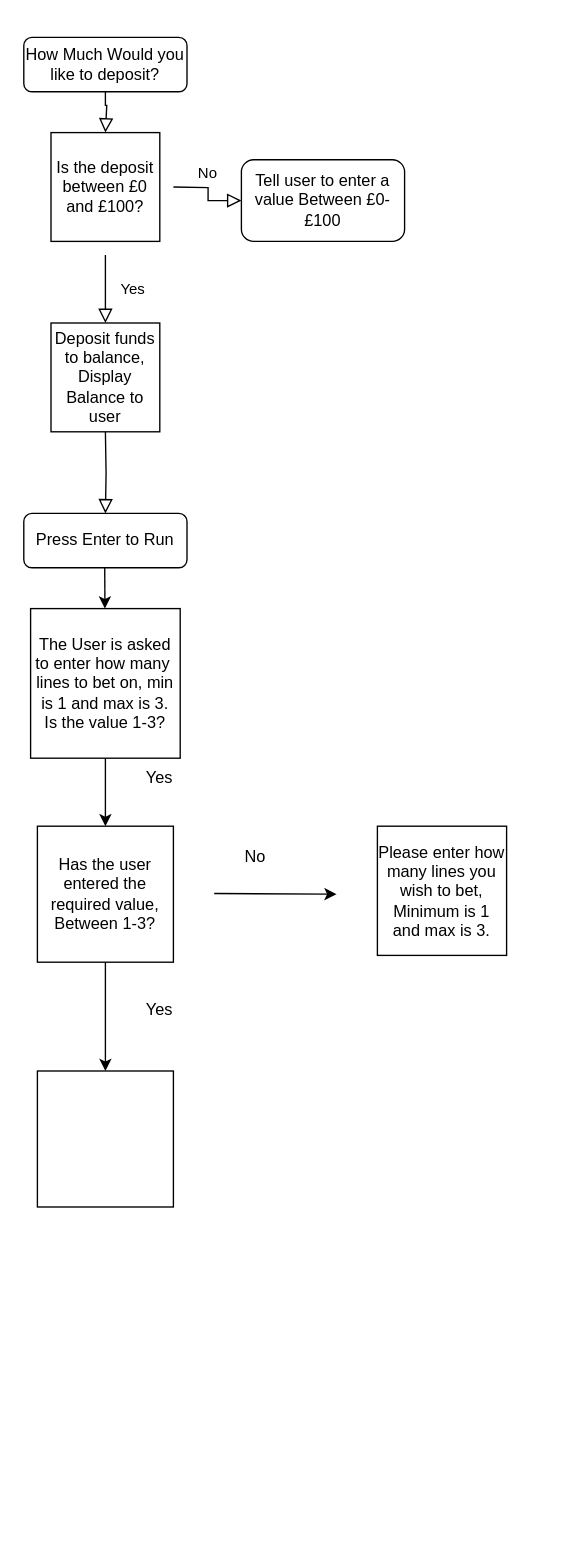
KERRHAM/practice_game keeps this draw.io diagram as Untitled Diagram.drawio. Above is the earlier version. Source tidied: cells renumbered, new cells numbered last; positions are measured from the earlier drawing's top-left corner, leaving out a move shared by most shapes. Both pictures are drawn from the tidied source at 136%, with x=0, y=0 at pixel (23, 37).
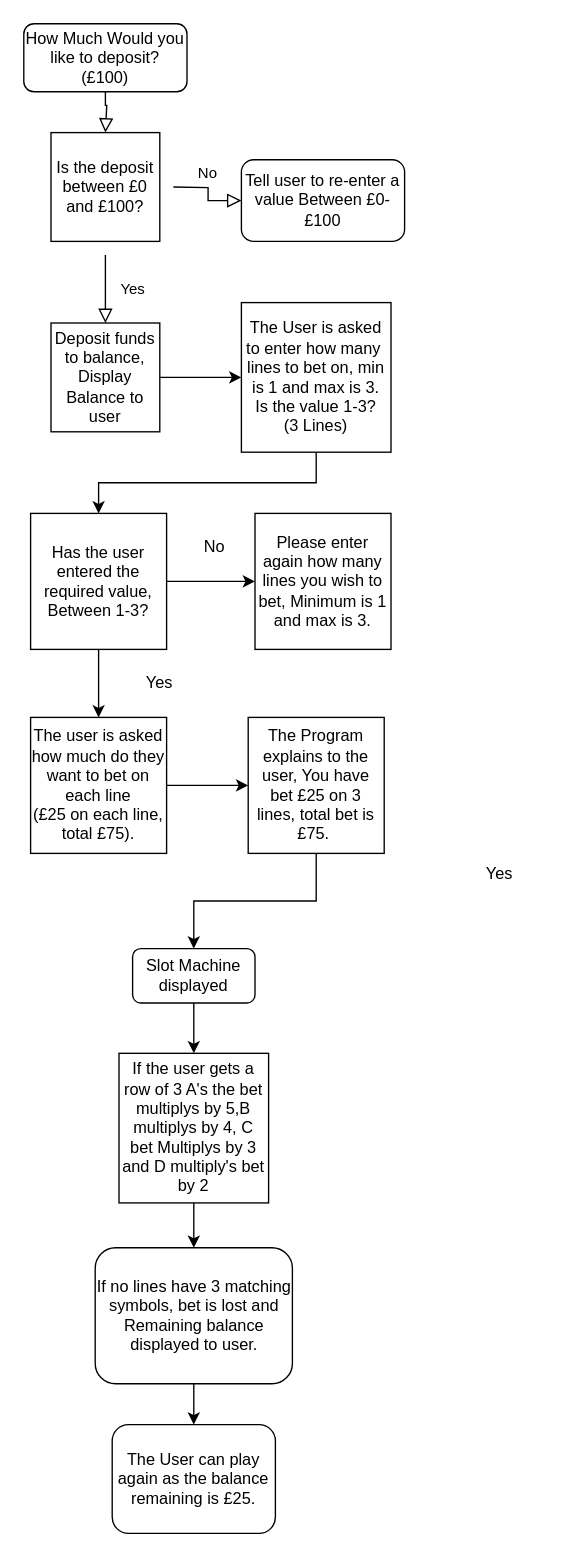
After the change.

Unchanged cells that the change refers to:
```xml
<mxCell id="10" value="Deposit funds to balance,&lt;div&gt;Display Balance to user&lt;/div&gt;" style="whiteSpace=wrap;html=1;" parent="1" vertex="1">
  <mxGeometry x="20" y="210" width="80" height="80" as="geometry" />
</mxCell>
```

Change to the diagram source:
```diff
@@
-    <mxCell id="3" value="How Much Would you like to deposit?" style="rounded=1;whiteSpace=wrap;html=1;fontSize=12;glass=0;strokeWidth=1;shadow=0;" parent="1" vertex="1">
-      <mxGeometry width="120" height="40" as="geometry" />
+    <mxCell id="3" value="How Much Would you like to deposit?&lt;div&gt;(£100)&lt;/div&gt;" style="rounded=1;whiteSpace=wrap;html=1;fontSize=12;glass=0;strokeWidth=1;shadow=0;" parent="1" vertex="1">
+      <mxGeometry y="-10" width="120" height="50" as="geometry" />
     </mxCell>
@@
-    <mxCell id="6" value="Tell user to enter a value Between £0-£100" style="rounded=1;whiteSpace=wrap;html=1;fontSize=12;glass=0;strokeWidth=1;shadow=0;" parent="1" vertex="1">
+    <mxCell id="6" value="Tell user to re-enter a value Between £0-£100" style="rounded=1;whiteSpace=wrap;html=1;fontSize=12;glass=0;strokeWidth=1;shadow=0;" parent="1" vertex="1">
       <mxGeometry x="160" y="90" width="120" height="60" as="geometry" />
     </mxCell>
-    <mxCell id="7" style="rounded=0;html=1;jettySize=auto;fontSize=11;endArrow=block;endFill=0;endSize=8;strokeWidth=1;shadow=0;labelBackgroundColor=none;edgeStyle=orthogonalEdgeStyle;" parent="1" edge="1" target="8">
-      <mxGeometry x="0.33" y="20" relative="1" as="geometry">
-        <mxPoint x="60" y="290" as="sourcePoint" />
-      </mxGeometry>
-    </mxCell>
-    <mxCell id="8" value="Press Enter to Run" style="rounded=1;whiteSpace=wrap;html=1;fontSize=12;glass=0;strokeWidth=1;shadow=0;" parent="1" vertex="1">
-      <mxGeometry y="350" width="120" height="40" as="geometry" />
-    </mxCell>
@@
+    <mxCell id="23" style="edgeStyle=orthogonalEdgeStyle;rounded=0;jettySize=auto;html=1;" parent="1" edge="1" source="10" target="14">
+      <mxGeometry relative="1" as="geometry" />
+    </mxCell>
@@
-    <mxCell id="11" style="endArrow=classic;html=1;rounded=0;" parent="1" edge="1" source="14">
-      <mxGeometry relative="1" as="geometry">
-        <mxPoint x="59.5" y="440" as="targetPoint" />
-      </mxGeometry>
-    </mxCell>
-    <mxCell id="12" style="endArrow=classic;html=1;rounded=0;" parent="1" edge="1" target="14">
-      <mxGeometry relative="1" as="geometry">
-        <mxPoint x="59.5" y="390" as="sourcePoint" />
-      </mxGeometry>
-    </mxCell>
@@
-    <mxCell id="14" value="The User is asked to enter how many&amp;nbsp; lines to bet on, min is 1 and max is 3.&lt;div&gt;Is the value 1-3?&lt;/div&gt;" style="whiteSpace=wrap;html=1;" parent="1" vertex="1">
-      <mxGeometry x="5" y="420" width="110" height="110" as="geometry" />
+    <mxCell id="14" value="The User is asked to enter how many&amp;nbsp; lines to bet on, min is 1 and max is 3.&lt;div&gt;Is the value 1-3?&lt;/div&gt;&lt;div&gt;(3 Lines)&lt;/div&gt;" style="whiteSpace=wrap;html=1;" parent="1" vertex="1">
+      <mxGeometry x="160" y="195" width="110" height="110" as="geometry" />
     </mxCell>
     <mxCell id="15" value="Yes" style="text;html=1;align=center;verticalAlign=middle;whiteSpace=wrap;rounded=0;" parent="1" vertex="1">
-      <mxGeometry x="70" y="530" width="60" height="30" as="geometry" />
+      <mxGeometry x="70" y="460" width="60" height="30" as="geometry" />
     </mxCell>
-    <mxCell id="16" value="Please enter how many lines you wish to bet, Minimum is 1 and max is 3." style="whiteSpace=wrap;html=1;" parent="1" vertex="1">
-      <mxGeometry x="260" y="580" width="95" height="95" as="geometry" />
+    <mxCell id="16" value="Please enter again how many lines you wish to bet, Minimum is 1 and max is 3." style="whiteSpace=wrap;html=1;" parent="1" vertex="1">
+      <mxGeometry x="170" y="350" width="100" height="100" as="geometry" />
     </mxCell>
+    <mxCell id="24" style="edgeStyle=orthogonalEdgeStyle;rounded=0;jettySize=auto;html=1;" parent="1" edge="1" source="18" target="16">
+      <mxGeometry relative="1" as="geometry" />
+    </mxCell>
@@
     <mxCell id="18" value="Has the user entered the required value, Between 1-3?" style="whiteSpace=wrap;html=1;" parent="1" vertex="1">
-      <mxGeometry x="10" y="580" width="100" height="100" as="geometry" />
+      <mxGeometry x="5" y="350" width="100" height="100" as="geometry" />
     </mxCell>
-    <mxCell id="19" style="endArrow=classic;html=1;rounded=0;" parent="1" edge="1">
-      <mxGeometry relative="1" as="geometry">
-        <mxPoint x="140" y="629.5" as="sourcePoint" />
-        <mxPoint x="230" y="630" as="targetPoint" />
-      </mxGeometry>
-    </mxCell>
+    <mxCell id="25" style="edgeStyle=orthogonalEdgeStyle;rounded=0;jettySize=auto;html=1;" parent="1" edge="1" source="20" target="28">
+      <mxGeometry relative="1" as="geometry" />
+    </mxCell>
-    <mxCell id="20" style="whiteSpace=wrap;html=1;" parent="1" vertex="1">
-      <mxGeometry x="10" y="760" width="100" height="100" as="geometry" />
+    <mxCell id="20" value="The user is asked how much do they want to bet on each line&lt;div&gt;(£25 on each line, total £75).&lt;/div&gt;" style="whiteSpace=wrap;html=1;" parent="1" vertex="1">
+      <mxGeometry x="5" y="500" width="100" height="100" as="geometry" />
     </mxCell>
     <mxCell id="21" value="Yes" style="text;html=1;align=center;verticalAlign=middle;whiteSpace=wrap;rounded=0;" parent="1" vertex="1">
-      <mxGeometry x="70" y="700" width="60" height="30" as="geometry" />
+      <mxGeometry x="320" y="600" width="60" height="30" as="geometry" />
     </mxCell>
+    <mxCell id="26" style="edgeStyle=orthogonalEdgeStyle;rounded=0;orthogonalLoop=1;jettySize=auto;html=1;exitX=0.5;exitY=1;exitDx=0;exitDy=0;" parent="1" edge="1" source="20" target="20">
+      <mxGeometry relative="1" as="geometry" />
+    </mxCell>
+    <mxCell id="27" style="edgeStyle=orthogonalEdgeStyle;rounded=0;jettySize=auto;html=1;" parent="1" edge="1" source="28" target="34">
+      <mxGeometry relative="1" as="geometry" />
+    </mxCell>
+    <mxCell id="28" value="The Program explains to the user, You have bet £25 on 3 lines, total bet is £75.&amp;nbsp;" style="whiteSpace=wrap;html=1;align=center;" parent="1" vertex="1">
+      <mxGeometry x="165" y="500" width="100" height="100" as="geometry" />
+    </mxCell>
+    <mxCell id="29" style="edgeStyle=orthogonalEdgeStyle;rounded=0;jettySize=auto;html=1;" parent="1" edge="1" source="30" target="32">
+      <mxGeometry relative="1" as="geometry" />
+    </mxCell>
+    <mxCell id="30" value="If the user gets a row of 3 A's the bet multiplys by 5,B multiplys by 4, C bet Multiplys by 3 and D multiply's bet by 2" style="whiteSpace=wrap;html=1;align=center;" parent="1" vertex="1">
+      <mxGeometry x="70" y="747" width="110" height="110" as="geometry" />
+    </mxCell>
+    <mxCell id="31" style="edgeStyle=orthogonalEdgeStyle;rounded=0;jettySize=auto;html=1;" parent="1" edge="1" source="32" target="35">
+      <mxGeometry relative="1" as="geometry" />
+    </mxCell>
+    <mxCell id="32" value="If no lines have 3 matching symbols, bet is lost and Remaining balance displayed to user." style="rounded=1;whiteSpace=wrap;html=1;" parent="1" vertex="1">
+      <mxGeometry x="52.5" y="890" width="145" height="100" as="geometry" />
+    </mxCell>
     <mxCell id="22" value="No" style="text;html=1;align=center;verticalAlign=middle;strokeColor=none;fillColor=none;" parent="1" vertex="1">
-      <mxGeometry x="150" y="588" width="40" height="30" as="geometry" />
+      <mxGeometry x="120" y="360" width="40" height="30" as="geometry" />
     </mxCell>
+    <mxCell id="33" style="edgeStyle=orthogonalEdgeStyle;rounded=0;jettySize=auto;html=1;" parent="1" edge="1" source="34" target="30">
+      <mxGeometry relative="1" as="geometry" />
+    </mxCell>
+    <mxCell id="34" value="Slot Machine displayed" style="rounded=1;whiteSpace=wrap;html=1;" parent="1" vertex="1">
+      <mxGeometry x="80" y="670" width="90" height="40" as="geometry" />
+    </mxCell>
+    <mxCell id="35" value="The User can play again as the balance remaining is £25." style="rounded=1;whiteSpace=wrap;html=1;" parent="1" vertex="1">
+      <mxGeometry x="65" y="1020" width="120" height="80" as="geometry" />
+    </mxCell>
```
